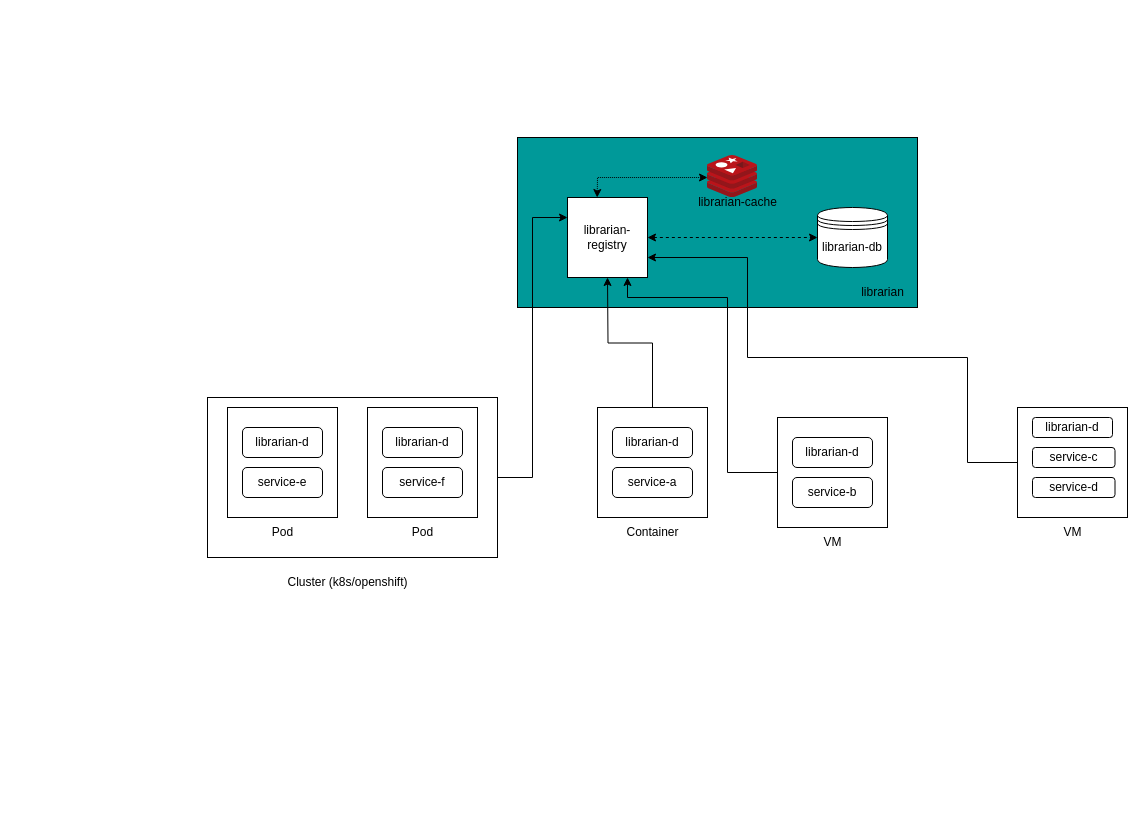
This is docs/assets/general-architecture.drawio from priyakdey/librarian, a draw.io file, before an edit. Source tidied: cells renumbered, new cells numbered last; positions are measured from the earlier drawing's top-left corner, leaving out a move shared by most shapes. Both pictures are drawn from the tidied source at 100%, with x=0, y=0 at pixel (207, 137).
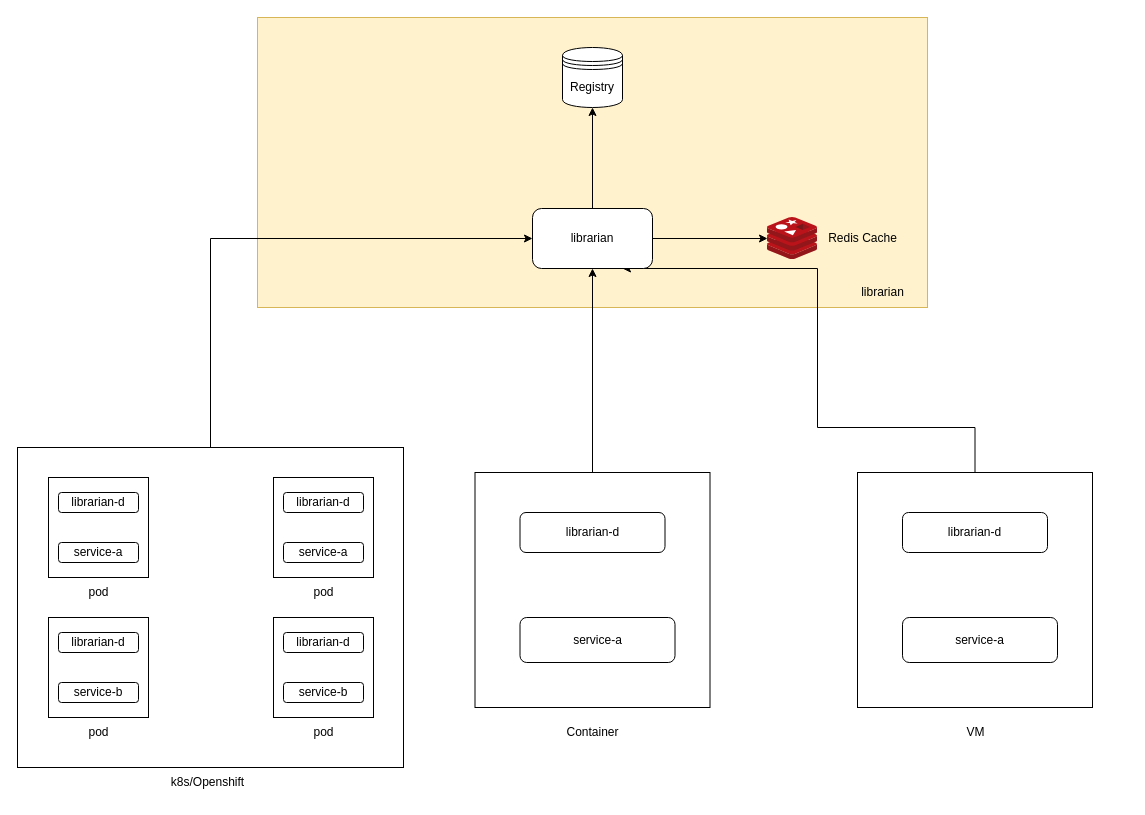
Above is the later version.

Change to the diagram source:
```diff
@@
-    <mxCell id="2" style="rounded=0;whiteSpace=wrap;html=1;fillColor=#009999;" parent="1" vertex="1">
-      <mxGeometry x="310" width="400" height="170" as="geometry" />
-    </mxCell>
-    <mxCell id="3" style="edgeStyle=orthogonalEdgeStyle;rounded=0;jettySize=auto;html=1;" parent="1" edge="1" source="15">
-      <mxGeometry relative="1" as="geometry">
-        <mxPoint x="400" y="140" as="targetPoint" />
-      </mxGeometry>
-    </mxCell>
-    <mxCell id="4" style="group;" parent="1" vertex="1">
-      <mxGeometry x="360" y="18" width="320" height="122" as="geometry" />
-    </mxCell>
-    <mxCell id="5" value="librarian-registry" style="whiteSpace=wrap;html=1;" parent="4" vertex="1">
-      <mxGeometry y="42" width="80" height="80" as="geometry" />
-    </mxCell>
-    <mxCell id="6" value="librarian-db" style="shape=datastore;whiteSpace=wrap;html=1;" parent="4" vertex="1">
-      <mxGeometry x="250" y="52" width="70" height="60" as="geometry" />
-    </mxCell>
-    <mxCell id="7" value="librarian-cache" style="text;html=1;align=center;verticalAlign=middle;strokeColor=none;fillColor=none;" parent="4" vertex="1">
-      <mxGeometry x="120" y="32" width="100" height="30" as="geometry" />
-    </mxCell>
-    <mxCell id="8" style="sketch=0;html=1;points=[];align=center;image;fontSize=12;image=img/lib/mscae/Cache_Redis_Product.svg;" parent="4" vertex="1">
-      <mxGeometry x="140" width="50" height="42" as="geometry" />
-    </mxCell>
-    <mxCell id="9" style="endArrow=classic;startArrow=classic;html=1;rounded=0;entryX=0;entryY=0.524;entryDx=0;entryDy=0;entryPerimeter=0;exitX=0.371;exitY=0;exitDx=0;exitDy=0;exitPerimeter=0;dashed=1;dashPattern=1 1;" parent="4" edge="1" source="5" target="8">
-      <mxGeometry relative="1" as="geometry">
-        <Array as="points">
-          <mxPoint x="30" y="22" />
-        </Array>
-      </mxGeometry>
-    </mxCell>
-    <mxCell id="10" style="endArrow=classic;startArrow=classic;html=1;rounded=0;exitX=1;exitY=0.5;exitDx=0;exitDy=0;entryX=0;entryY=0.5;entryDx=0;entryDy=0;dashed=1;" parent="4" edge="1" source="5" target="6">
-      <mxGeometry relative="1" as="geometry" />
-    </mxCell>
+    <mxCell id="49" style="rounded=0;whiteSpace=wrap;html=1;fillColor=#fff2cc;strokeColor=#d6b656;" parent="1" vertex="1">
+      <mxGeometry x="50" y="-120" width="670" height="290" as="geometry" />
+    </mxCell>
@@
-    <mxCell id="12" style="group;" parent="1" vertex="1">
-      <mxGeometry x="390" y="270" width="110" height="150" as="geometry" />
-    </mxCell>
+    <mxCell id="50" value="k8s/Openshift" style="text;html=1;align=center;verticalAlign=middle;strokeColor=none;fillColor=none;" parent="1" vertex="1">
+      <mxGeometry x="-50" y="630" width="100" height="30" as="geometry" />
+    </mxCell>
+    <mxCell id="51" value="Redis Cache" style="text;html=1;align=center;verticalAlign=middle;strokeColor=none;fillColor=none;" parent="1" vertex="1">
+      <mxGeometry x="610" y="86" width="90" height="30" as="geometry" />
+    </mxCell>
+    <mxCell id="52" style="group;" parent="1" vertex="1">
+      <mxGeometry x="-190" y="310" width="386" height="320" as="geometry" />
+    </mxCell>
+    <mxCell id="53" style="rounded=0;whiteSpace=wrap;html=1;" parent="52" vertex="1">
+      <mxGeometry width="386" height="320" as="geometry" />
+    </mxCell>
+    <mxCell id="54" style="whiteSpace=wrap;html=1;" parent="52" vertex="1">
+      <mxGeometry x="31" y="30" width="100" height="100" as="geometry" />
+    </mxCell>
+    <mxCell id="55" style="whiteSpace=wrap;html=1;" parent="52" vertex="1">
+      <mxGeometry x="31" y="170" width="100" height="100" as="geometry" />
+    </mxCell>
+    <mxCell id="56" style="whiteSpace=wrap;html=1;" parent="52" vertex="1">
+      <mxGeometry x="256" y="170" width="100" height="100" as="geometry" />
+    </mxCell>
+    <mxCell id="57" style="whiteSpace=wrap;html=1;" parent="52" vertex="1">
+      <mxGeometry x="256" y="30" width="100" height="100" as="geometry" />
+    </mxCell>
+    <mxCell id="58" value="librarian-d" style="rounded=1;whiteSpace=wrap;html=1;" parent="52" vertex="1">
+      <mxGeometry x="41" y="45" width="80" height="20" as="geometry" />
+    </mxCell>
+    <mxCell id="59" value="service-a" style="rounded=1;whiteSpace=wrap;html=1;" parent="52" vertex="1">
+      <mxGeometry x="41" y="95" width="80" height="20" as="geometry" />
+    </mxCell>
+    <mxCell id="60" value="librarian-d" style="rounded=1;whiteSpace=wrap;html=1;" parent="52" vertex="1">
+      <mxGeometry x="41" y="185" width="80" height="20" as="geometry" />
+    </mxCell>
+    <mxCell id="61" value="service-b" style="rounded=1;whiteSpace=wrap;html=1;" parent="52" vertex="1">
+      <mxGeometry x="41" y="235" width="80" height="20" as="geometry" />
+    </mxCell>
+    <mxCell id="62" value="librarian-d" style="rounded=1;whiteSpace=wrap;html=1;" parent="52" vertex="1">
+      <mxGeometry x="266" y="45" width="80" height="20" as="geometry" />
+    </mxCell>
+    <mxCell id="63" value="service-a" style="rounded=1;whiteSpace=wrap;html=1;" parent="52" vertex="1">
+      <mxGeometry x="266" y="95" width="80" height="20" as="geometry" />
+    </mxCell>
+    <mxCell id="64" value="librarian-d" style="rounded=1;whiteSpace=wrap;html=1;" parent="52" vertex="1">
+      <mxGeometry x="266" y="185" width="80" height="20" as="geometry" />
+    </mxCell>
+    <mxCell id="65" value="service-b" style="rounded=1;whiteSpace=wrap;html=1;" parent="52" vertex="1">
+      <mxGeometry x="266" y="235" width="80" height="20" as="geometry" />
+    </mxCell>
+    <mxCell id="66" value="pod" style="text;html=1;align=center;verticalAlign=middle;strokeColor=none;fillColor=none;" parent="52" vertex="1">
+      <mxGeometry x="61" y="130" width="40" height="30" as="geometry" />
+    </mxCell>
+    <mxCell id="67" value="pod" style="text;html=1;align=center;verticalAlign=middle;strokeColor=none;fillColor=none;" parent="52" vertex="1">
+      <mxGeometry x="286" y="130" width="40" height="30" as="geometry" />
+    </mxCell>
+    <mxCell id="68" value="pod" style="text;html=1;align=center;verticalAlign=middle;strokeColor=none;fillColor=none;" parent="52" vertex="1">
+      <mxGeometry x="61" y="270" width="40" height="30" as="geometry" />
+    </mxCell>
+    <mxCell id="69" value="pod" style="text;html=1;align=center;verticalAlign=middle;strokeColor=none;fillColor=none;" parent="52" vertex="1">
+      <mxGeometry x="286" y="270" width="40" height="30" as="geometry" />
+    </mxCell>
+    <mxCell id="70" style="group;" parent="1" vertex="1">
+      <mxGeometry x="267.5" y="335" width="235" height="275" as="geometry" />
+    </mxCell>
+    <mxCell id="71" style="whiteSpace=wrap;html=1;" parent="70" vertex="1">
+      <mxGeometry width="235" height="235" as="geometry" />
+    </mxCell>
-    <mxCell id="13" value="Container" style="text;html=1;align=center;verticalAlign=middle;strokeColor=none;fillColor=none;" parent="12" vertex="1">
-      <mxGeometry x="15" y="110" width="80" height="30" as="geometry" />
+    <mxCell id="13" value="Container" style="text;html=1;align=center;verticalAlign=middle;strokeColor=none;fillColor=none;" parent="70" vertex="1">
+      <mxGeometry x="77.5" y="245" width="80" height="30" as="geometry" />
     </mxCell>
-    <mxCell id="14" style="group;" parent="12" vertex="1">
-      <mxGeometry width="110" height="110" as="geometry" />
-    </mxCell>
-    <mxCell id="15" style="whiteSpace=wrap;html=1;fillColor=none;" parent="14" vertex="1">
-      <mxGeometry width="110" height="110" as="geometry" />
-    </mxCell>
-    <mxCell id="16" value="service-a" style="rounded=1;whiteSpace=wrap;html=1;fillColor=none;" parent="14" vertex="1">
-      <mxGeometry x="15" y="60" width="80" height="30" as="geometry" />
-    </mxCell>
-    <mxCell id="17" value="librarian-d" style="rounded=1;whiteSpace=wrap;html=1;fillColor=none;" parent="14" vertex="1">
-      <mxGeometry x="15" y="20" width="80" height="30" as="geometry" />
-    </mxCell>
-    <mxCell id="18" style="group;rotation=90;" parent="1" vertex="1">
-      <mxGeometry x="570" y="280" width="110" height="150" as="geometry" />
-    </mxCell>
-    <mxCell id="19" value="VM" style="text;html=1;align=center;verticalAlign=middle;strokeColor=none;fillColor=none;" parent="18" vertex="1">
-      <mxGeometry x="35" y="110" width="40" height="30" as="geometry" />
-    </mxCell>
-    <mxCell id="20" style="group;" parent="18" vertex="1">
-      <mxGeometry width="110" height="110" as="geometry" />
-    </mxCell>
-    <mxCell id="21" style="whiteSpace=wrap;html=1;fillColor=none;" parent="20" vertex="1">
-      <mxGeometry width="110" height="110" as="geometry" />
-    </mxCell>
-    <mxCell id="22" value="service-b" style="rounded=1;whiteSpace=wrap;html=1;fillColor=none;" parent="20" vertex="1">
-      <mxGeometry x="15" y="60" width="80" height="30" as="geometry" />
-    </mxCell>
-    <mxCell id="23" value="librarian-d" style="rounded=1;whiteSpace=wrap;html=1;fillColor=none;" parent="20" vertex="1">
-      <mxGeometry x="15" y="20" width="80" height="30" as="geometry" />
-    </mxCell>
-    <mxCell id="24" style="group;" parent="1" vertex="1">
-      <mxGeometry x="810" y="270" width="110" height="150" as="geometry" />
-    </mxCell>
-    <mxCell id="25" value="VM" style="text;html=1;align=center;verticalAlign=middle;strokeColor=none;fillColor=none;" parent="24" vertex="1">
-      <mxGeometry x="35" y="110" width="40" height="30" as="geometry" />
-    </mxCell>
-    <mxCell id="26" style="group;" parent="24" vertex="1">
-      <mxGeometry width="110" height="110" as="geometry" />
-    </mxCell>
-    <mxCell id="27" style="whiteSpace=wrap;html=1;fillColor=none;" parent="26" vertex="1">
-      <mxGeometry width="110" height="110" as="geometry" />
-    </mxCell>
-    <mxCell id="28" value="service-c" style="rounded=1;whiteSpace=wrap;html=1;fillColor=none;" parent="26" vertex="1">
-      <mxGeometry x="15" y="40" width="82.5" height="20" as="geometry" />
-    </mxCell>
-    <mxCell id="29" value="librarian-d" style="rounded=1;whiteSpace=wrap;html=1;fillColor=none;" parent="26" vertex="1">
-      <mxGeometry x="15" y="10" width="80" height="20" as="geometry" />
-    </mxCell>
-    <mxCell id="30" value="service-d" style="rounded=1;whiteSpace=wrap;html=1;fillColor=none;" parent="26" vertex="1">
-      <mxGeometry x="15" y="70" width="82.5" height="20" as="geometry" />
-    </mxCell>
-    <mxCell id="31" style="edgeStyle=orthogonalEdgeStyle;rounded=0;jettySize=auto;html=1;entryX=0;entryY=0.25;entryDx=0;entryDy=0;" parent="1" edge="1" source="35" target="5">
-      <mxGeometry relative="1" as="geometry" />
-    </mxCell>
-    <mxCell id="32" style="edgeStyle=orthogonalEdgeStyle;rounded=0;jettySize=auto;html=1;entryX=0.75;entryY=1;entryDx=0;entryDy=0;" parent="1" edge="1" source="21" target="5">
-      <mxGeometry relative="1" as="geometry">
-        <Array as="points">
-          <mxPoint x="520" y="335" />
-          <mxPoint x="520" y="160" />
-          <mxPoint x="420" y="160" />
-        </Array>
-      </mxGeometry>
-    </mxCell>
-    <mxCell id="33" style="edgeStyle=orthogonalEdgeStyle;rounded=0;jettySize=auto;html=1;entryX=1;entryY=0.75;entryDx=0;entryDy=0;" parent="1" edge="1" source="27" target="5">
-      <mxGeometry relative="1" as="geometry">
-        <Array as="points">
-          <mxPoint x="760" y="325" />
-          <mxPoint x="760" y="220" />
-          <mxPoint x="540" y="220" />
-          <mxPoint x="540" y="120" />
-        </Array>
-      </mxGeometry>
-    </mxCell>
-    <mxCell id="34" style="group;" parent="1" vertex="1">
-      <mxGeometry y="260" width="290" height="160" as="geometry" />
-    </mxCell>
-    <mxCell id="35" style="rounded=0;whiteSpace=wrap;html=1;fillColor=none;" parent="34" vertex="1">
-      <mxGeometry width="290" height="160" as="geometry" />
-    </mxCell>
-    <mxCell id="36" style="group;" parent="34" vertex="1">
-      <mxGeometry x="20" y="10" width="110" height="150" as="geometry" />
-    </mxCell>
-    <mxCell id="37" value="Pod" style="text;html=1;align=center;verticalAlign=middle;strokeColor=none;fillColor=none;" parent="36" vertex="1">
-      <mxGeometry x="35" y="110" width="40" height="30" as="geometry" />
-    </mxCell>
-    <mxCell id="38" style="group;" parent="36" vertex="1">
-      <mxGeometry width="110" height="110" as="geometry" />
-    </mxCell>
-    <mxCell id="39" style="whiteSpace=wrap;html=1;fillColor=none;" parent="38" vertex="1">
-      <mxGeometry width="110" height="110" as="geometry" />
-    </mxCell>
-    <mxCell id="40" value="service-e" style="rounded=1;whiteSpace=wrap;html=1;fillColor=none;" parent="38" vertex="1">
-      <mxGeometry x="15" y="60" width="80" height="30" as="geometry" />
-    </mxCell>
-    <mxCell id="41" value="librarian-d" style="rounded=1;whiteSpace=wrap;html=1;fillColor=none;" parent="38" vertex="1">
-      <mxGeometry x="15" y="20" width="80" height="30" as="geometry" />
-    </mxCell>
-    <mxCell id="42" style="group;" parent="34" vertex="1">
-      <mxGeometry x="160" y="10" width="110" height="150" as="geometry" />
-    </mxCell>
-    <mxCell id="43" value="Pod" style="text;html=1;align=center;verticalAlign=middle;strokeColor=none;fillColor=none;" parent="42" vertex="1">
-      <mxGeometry x="35" y="110" width="40" height="30" as="geometry" />
-    </mxCell>
-    <mxCell id="44" style="group;" parent="42" vertex="1">
-      <mxGeometry width="110" height="110" as="geometry" />
-    </mxCell>
-    <mxCell id="45" style="whiteSpace=wrap;html=1;fillColor=none;" parent="44" vertex="1">
-      <mxGeometry width="110" height="110" as="geometry" />
-    </mxCell>
-    <mxCell id="46" value="service-f" style="rounded=1;whiteSpace=wrap;html=1;fillColor=none;" parent="44" vertex="1">
-      <mxGeometry x="15" y="60" width="80" height="30" as="geometry" />
-    </mxCell>
-    <mxCell id="47" value="librarian-d" style="rounded=1;whiteSpace=wrap;html=1;fillColor=none;" parent="44" vertex="1">
-      <mxGeometry x="15" y="20" width="80" height="30" as="geometry" />
-    </mxCell>
-    <mxCell id="48" value="Cluster (k8s/openshift)" style="text;html=1;align=center;verticalAlign=middle;strokeColor=none;fillColor=none;" parent="1" vertex="1">
-      <mxGeometry x="70" y="430" width="140" height="30" as="geometry" />
-    </mxCell>
+    <mxCell id="72" value="librarian-d" style="rounded=1;whiteSpace=wrap;html=1;" parent="70" vertex="1">
+      <mxGeometry x="45" y="40" width="145" height="40" as="geometry" />
+    </mxCell>
+    <mxCell id="73" value="service-a" style="rounded=1;whiteSpace=wrap;html=1;" parent="70" vertex="1">
+      <mxGeometry x="45" y="145" width="155" height="45" as="geometry" />
+    </mxCell>
+    <mxCell id="74" style="group;" parent="1" vertex="1">
+      <mxGeometry x="650" y="335" width="235" height="275" as="geometry" />
+    </mxCell>
+    <mxCell id="75" style="whiteSpace=wrap;html=1;" parent="74" vertex="1">
+      <mxGeometry width="235" height="235" as="geometry" />
+    </mxCell>
+    <mxCell id="76" value="VM" style="text;html=1;align=center;verticalAlign=middle;strokeColor=none;fillColor=none;" parent="74" vertex="1">
+      <mxGeometry x="97.5" y="245" width="40" height="30" as="geometry" />
+    </mxCell>
+    <mxCell id="77" value="librarian-d" style="rounded=1;whiteSpace=wrap;html=1;" parent="74" vertex="1">
+      <mxGeometry x="45" y="40" width="145" height="40" as="geometry" />
+    </mxCell>
+    <mxCell id="78" value="service-a" style="rounded=1;whiteSpace=wrap;html=1;" parent="74" vertex="1">
+      <mxGeometry x="45" y="145" width="155" height="45" as="geometry" />
+    </mxCell>
+    <mxCell id="79" style="edgeStyle=orthogonalEdgeStyle;rounded=0;jettySize=auto;html=1;" parent="1" edge="1" source="53" target="86">
+      <mxGeometry relative="1" as="geometry">
+        <Array as="points">
+          <mxPoint x="3" y="101" />
+        </Array>
+      </mxGeometry>
+    </mxCell>
+    <mxCell id="80" style="edgeStyle=orthogonalEdgeStyle;rounded=0;jettySize=auto;html=1;entryX=0.5;entryY=1;entryDx=0;entryDy=0;" parent="1" edge="1" source="71" target="86">
+      <mxGeometry relative="1" as="geometry" />
+    </mxCell>
+    <mxCell id="81" style="edgeStyle=orthogonalEdgeStyle;rounded=0;jettySize=auto;html=1;entryX=0.75;entryY=1;entryDx=0;entryDy=0;exitX=0.5;exitY=0;exitDx=0;exitDy=0;" parent="1" edge="1" source="75" target="86">
+      <mxGeometry relative="1" as="geometry">
+        <Array as="points">
+          <mxPoint x="767" y="290" />
+          <mxPoint x="610" y="290" />
+          <mxPoint x="610" y="131" />
+        </Array>
+      </mxGeometry>
+    </mxCell>
+    <mxCell id="82" style="edgeStyle=orthogonalEdgeStyle;rounded=0;jettySize=auto;html=1;" parent="1" edge="1" source="86" target="85">
+      <mxGeometry relative="1" as="geometry" />
+    </mxCell>
+    <mxCell id="83" style="edgeStyle=orthogonalEdgeStyle;rounded=0;jettySize=auto;html=1;" parent="1" edge="1" source="86" target="84">
+      <mxGeometry relative="1" as="geometry" />
+    </mxCell>
+    <mxCell id="84" style="sketch=0;html=1;points=[];align=center;image;fontSize=12;image=img/lib/mscae/Cache_Redis_Product.svg;" parent="1" vertex="1">
+      <mxGeometry x="560" y="80" width="50" height="42" as="geometry" />
+    </mxCell>
+    <mxCell id="85" value="Registry" style="shape=datastore;whiteSpace=wrap;html=1;" parent="1" vertex="1">
+      <mxGeometry x="355" y="-90" width="60" height="60" as="geometry" />
+    </mxCell>
+    <mxCell id="86" value="librarian" style="rounded=1;whiteSpace=wrap;html=1;" parent="1" vertex="1">
+      <mxGeometry x="325" y="71" width="120" height="60" as="geometry" />
+    </mxCell>
```
